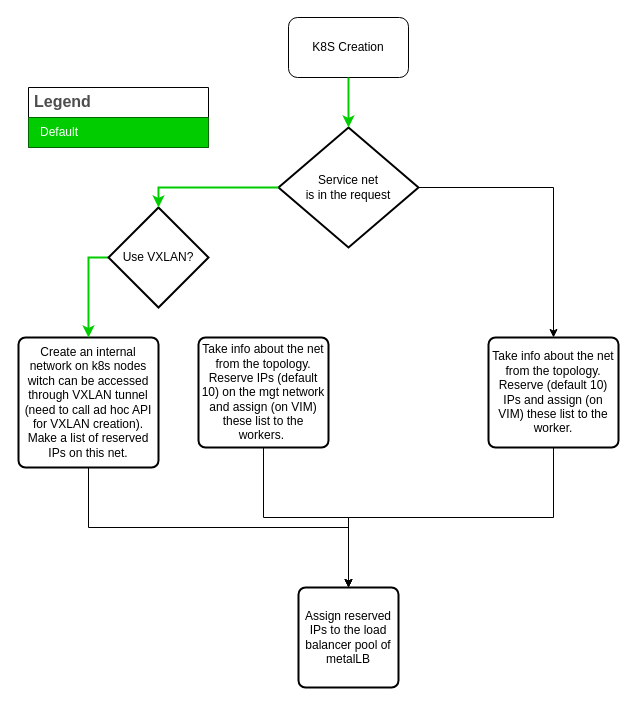
This is page "LB_assignment" (1 of 3) of docs/images/k8s_blueprint.drawio from s2n-cnit/nfvcl-ng, a draw.io file, before an edit. Source tidied: cells renumbered, new cells numbered last; positions are measured from the earlier drawing's top-left corner, leaving out a move shared by most shapes. Both pictures are drawn from the tidied source at 100%, with x=0, y=0 at pixel (18, 17).
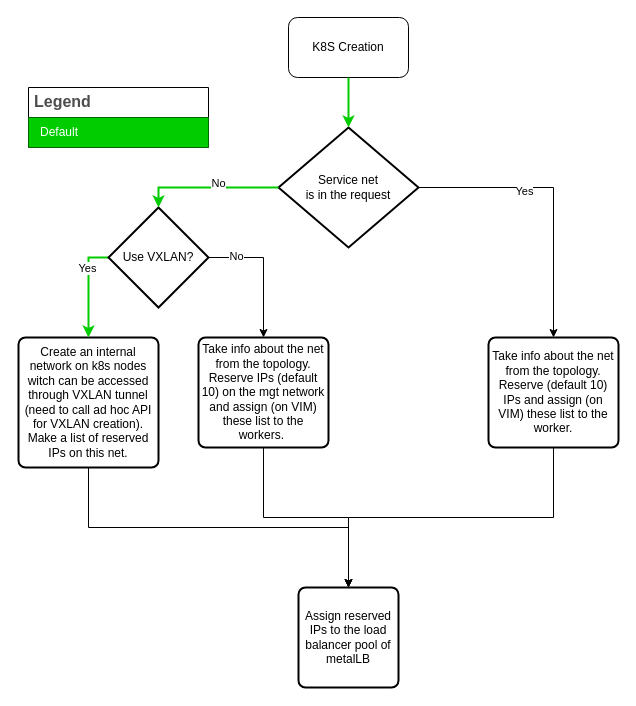
Above is the later version.

Commit message (it also covers changes not shown here):
feat(K8S Blueprint): Started refactoring of k8s networks

The change refers to these unchanged cells:
```xml
<mxCell id="2" style="edgeStyle=orthogonalEdgeStyle;rounded=0;jettySize=auto;html=1;exitX=1;exitY=0.5;exitDx=0;exitDy=0;exitPerimeter=0;entryX=0.5;entryY=0;entryDx=0;entryDy=0;" parent="1" edge="1" source="3" target="15">
  <mxGeometry relative="1" as="geometry" />
</mxCell>
<mxCell id="8" style="edgeStyle=orthogonalEdgeStyle;rounded=0;jettySize=auto;html=1;exitX=0;exitY=0.5;exitDx=0;exitDy=0;exitPerimeter=0;entryX=0.5;entryY=0;entryDx=0;entryDy=0;strokeWidth=2;strokeColor=#00CC00;" parent="1" edge="1" source="9" target="7">
  <mxGeometry relative="1" as="geometry" />
</mxCell>
<mxCell id="9" value="Use VXLAN?" style="strokeWidth=2;html=1;shape=mxgraph.flowchart.decision;whiteSpace=wrap;" parent="1" vertex="1">
  <mxGeometry x="90" y="190" width="100" height="100" as="geometry" />
</mxCell>
<mxCell id="10" style="edgeStyle=orthogonalEdgeStyle;rounded=0;jettySize=auto;html=1;exitX=0;exitY=0.5;exitDx=0;exitDy=0;exitPerimeter=0;entryX=0.5;entryY=0;entryDx=0;entryDy=0;entryPerimeter=0;strokeWidth=2;strokeColor=#00CC00;" parent="1" edge="1" source="3" target="9">
  <mxGeometry relative="1" as="geometry" />
</mxCell>
<mxCell id="12" value="Take info about the net from the topology.&lt;div&gt;Reserve IPs (default 10) on the mgt network and assign (on VIM) these list to the workers.&amp;nbsp;&lt;/div&gt;" style="rounded=1;whiteSpace=wrap;html=1;absoluteArcSize=1;arcSize=14;strokeWidth=2;" parent="1" vertex="1">
  <mxGeometry x="180" y="320" width="130" height="110" as="geometry" />
</mxCell>
```

The edit, as a diff of the source:
```diff
@@
+    <mxCell id="19" value="Yes" style="edgeLabel;html=1;align=center;verticalAlign=middle;" parent="2" vertex="1">
+      <mxGeometry x="-0.26" y="-3" relative="1" as="geometry" />
+    </mxCell>
@@
+    <mxCell id="20" value="Yes" style="edgeLabel;html=1;align=center;verticalAlign=middle;" parent="8" vertex="1">
+      <mxGeometry x="-0.41" y="-2" relative="1" as="geometry" />
+    </mxCell>
+    <mxCell id="21" style="edgeStyle=orthogonalEdgeStyle;rounded=0;jettySize=auto;html=1;exitX=1;exitY=0.5;exitDx=0;exitDy=0;exitPerimeter=0;" parent="1" edge="1" source="9" target="12">
+      <mxGeometry relative="1" as="geometry" />
+    </mxCell>
+    <mxCell id="22" value="No" style="edgeLabel;html=1;align=center;verticalAlign=middle;" parent="21" vertex="1">
+      <mxGeometry x="-0.6" y="2" relative="1" as="geometry" />
+    </mxCell>
@@
+    <mxCell id="23" value="No" style="edgeLabel;html=1;align=center;verticalAlign=middle;" parent="10" vertex="1">
+      <mxGeometry x="-0.13" y="-5" relative="1" as="geometry" />
+    </mxCell>
```
